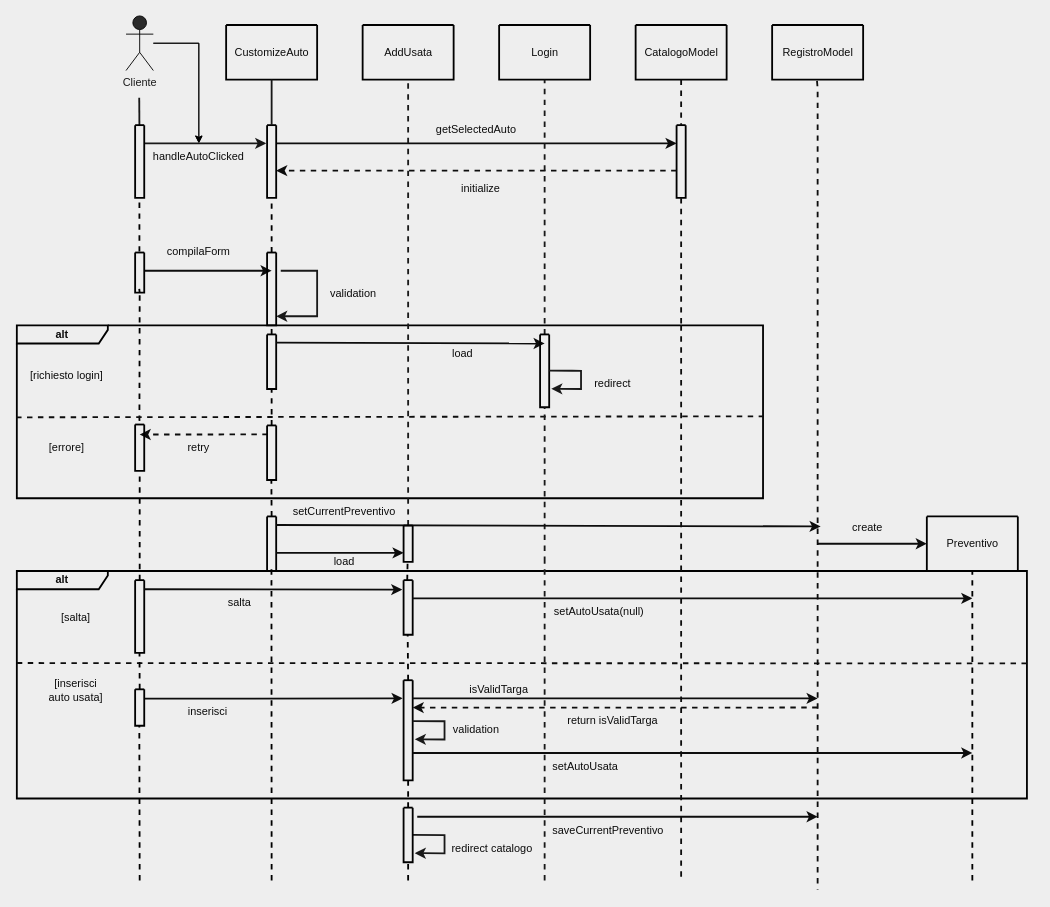
Above: doc/customizeSeq.drawio in 446f6e6e79/ConfiguratoreAuto (draw.io), before the change. Source tidied: cells renumbered, new cells numbered last; positions are measured from the earlier drawing's top-left corner, leaving out a move shared by most shapes. Both pictures are drawn from the tidied source at 91%, with x=0, y=0 at pixel (16, 15).
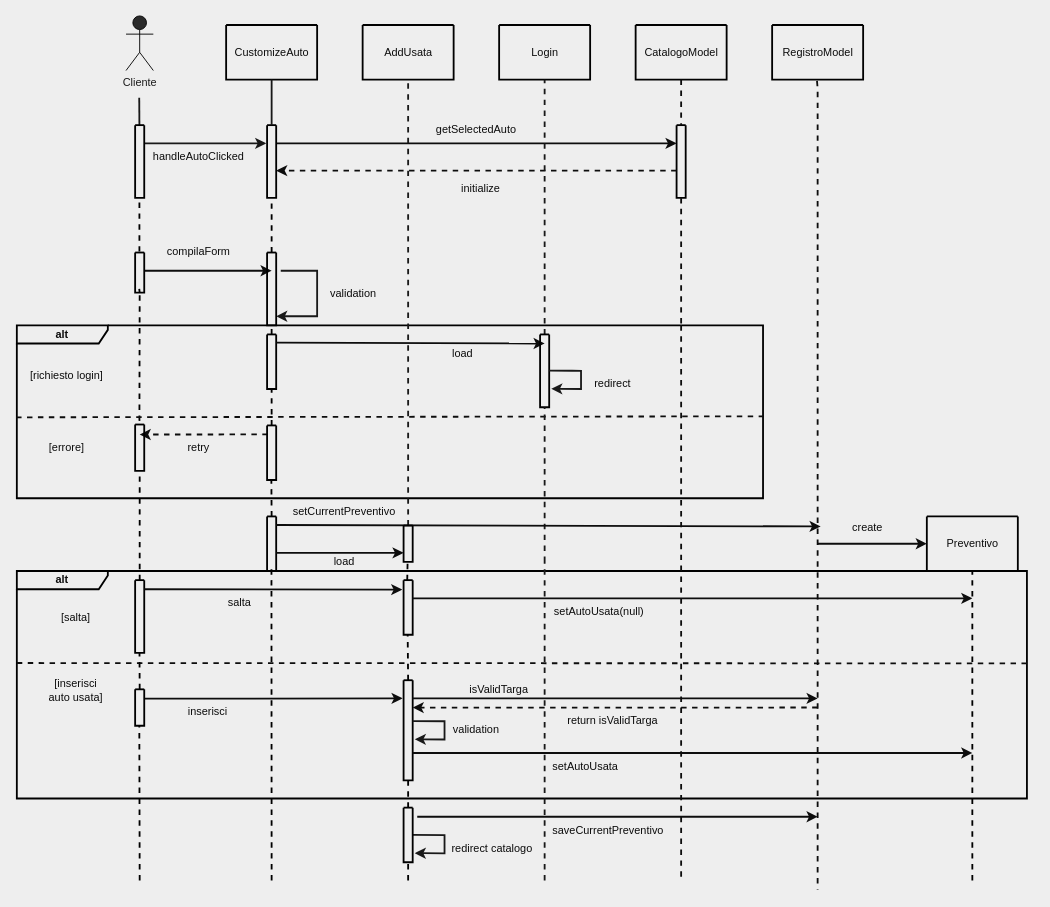
After the change.

The change refers to these unchanged cells:
```xml
<mxCell id="6" value="Cliente" style="shape=umlActor;verticalLabelPosition=bottom;verticalAlign=top;html=1;outlineConnect=0;fillColor=#2A2A2A;strokeColor=#000000;fontColor=#1C1C1C;" parent="1" vertex="1">
  <mxGeometry x="120" width="30" height="60" as="geometry" />
</mxCell>
<mxCell id="13" value="handleAutoClicked" style="text;html=1;strokeColor=none;fillColor=none;align=center;verticalAlign=middle;whiteSpace=wrap;rounded=0;labelBackgroundColor=none;strokeWidth=2;fontColor=#0D0D0D;" parent="1" vertex="1">
  <mxGeometry x="170" y="140" width="60" height="30" as="geometry" />
</mxCell>
```

Change to the diagram source:
```diff
@@
-    <mxCell id="4" style="edgeStyle=orthogonalEdgeStyle;rounded=0;jettySize=auto;html=1;" parent="1" edge="1" source="6" target="13">
-      <mxGeometry relative="1" as="geometry" />
-    </mxCell>
-    <mxCell id="5" style="edgeStyle=orthogonalEdgeStyle;rounded=0;jettySize=auto;html=1;" parent="1" edge="1" source="6" target="13">
-      <mxGeometry relative="1" as="geometry" />
-    </mxCell>
```
